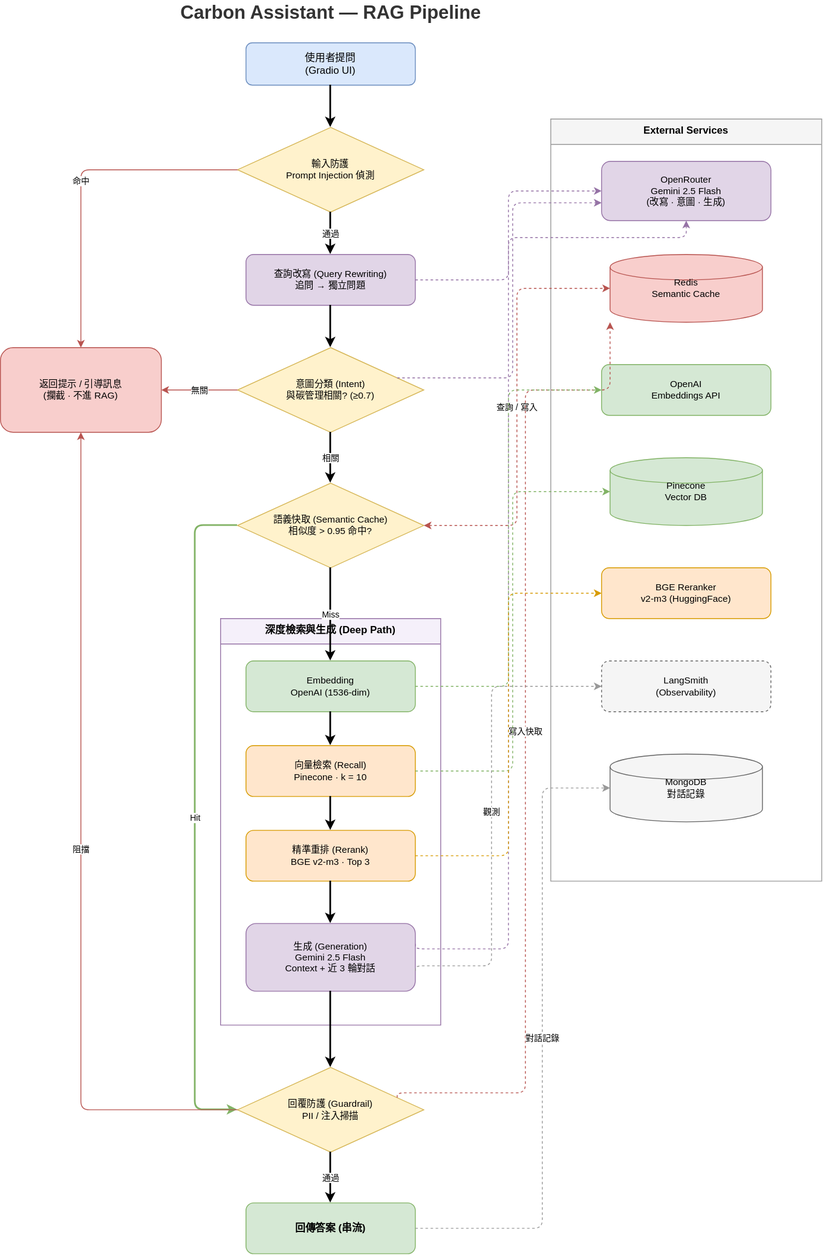
This is docs/diagrams/rag_pipeline.svg from albertkingdom/rag-chatbot-demo, a draw.io export, as it was before one commit. Source tidied: cells renumbered, new cells last; positions are measured from the earlier drawing's top-left corner, leaving out a move shared by most shapes.
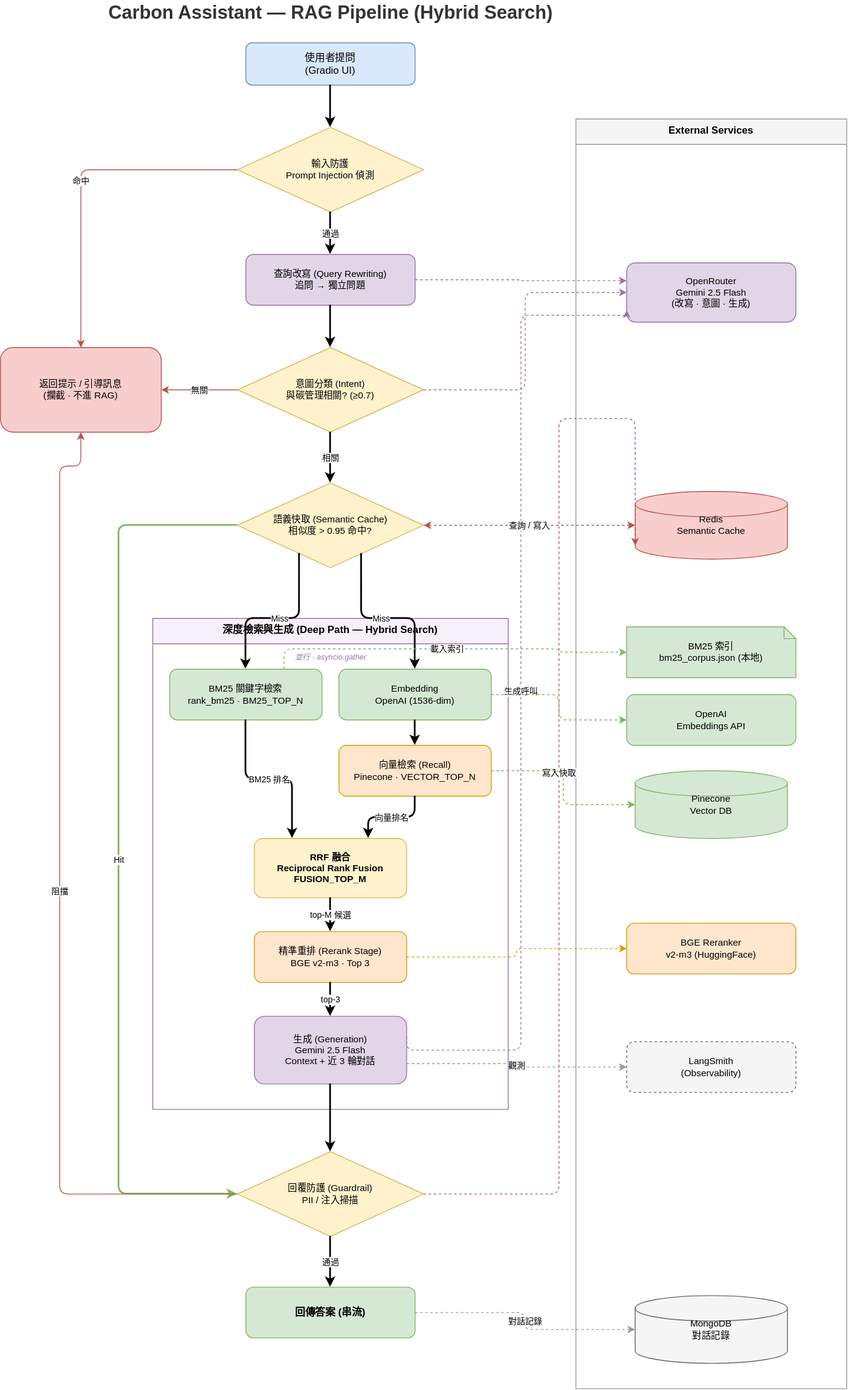
Later version of the same file.

Commit message:
docs: detangle RAG pipeline diagram routing

The edit, as a diff of the source:
```diff
@@ -2,8 +2,8 @@
   <root>
     <mxCell id="0" />
     <mxCell id="1" parent="0" />
-    <mxCell id="2" value="Carbon Assistant — RAG Pipeline" style="text;html=1;strokeColor=none;fillColor=none;align=center;verticalAlign=middle;fontStyle=1;fontSize=22;fontColor=#333333;" parent="1" vertex="1">
-      <mxGeometry x="260" width="260" height="30" as="geometry" />
+    <mxCell id="2" value="Carbon Assistant — RAG Pipeline (Hybrid Search)" style="text;html=1;strokeColor=none;fillColor=none;align=center;verticalAlign=middle;fontStyle=1;fontSize=22;fontColor=#333333;" parent="1" vertex="1">
+      <mxGeometry x="190" width="400" height="30" as="geometry" />
     </mxCell>
     <mxCell id="3" value="使用者提問&#10;(Gradio UI)" style="rounded=1;whiteSpace=wrap;html=1;fillColor=#dae8fc;strokeColor=#6c8ebf;fontSize=12;" parent="1" vertex="1">
       <mxGeometry x="290" y="50" width="200" height="50" as="geometry" />
@@ -20,53 +20,65 @@
     <mxCell id="7" value="語義快取 (Semantic Cache)&#10;相似度 &gt; 0.95 命中?" style="rhombus;whiteSpace=wrap;html=1;fillColor=#fff2cc;strokeColor=#d6b656;fontSize=11;" parent="1" vertex="1">
       <mxGeometry x="280" y="570" width="220" height="100" as="geometry" />
     </mxCell>
-    <mxCell id="8" value="深度檢索與生成 (Deep Path)" style="swimlane;startSize=30;whiteSpace=wrap;html=1;fillColor=#f5f0fa;strokeColor=#9673a6;fontSize=12;fontStyle=1;verticalAlign=top;" parent="1" vertex="1">
-      <mxGeometry x="260" y="730" width="260" height="480" as="geometry" />
+    <mxCell id="8" value="深度檢索與生成 (Deep Path — Hybrid Search)" style="swimlane;startSize=30;whiteSpace=wrap;html=1;fillColor=#f5f0fa;strokeColor=#9673a6;fontSize=12;fontStyle=1;verticalAlign=top;" parent="1" vertex="1">
+      <mxGeometry x="180" y="730" width="420" height="580" as="geometry" />
     </mxCell>
+    <mxCell id="48" value="BM25 關鍵字檢索&#10;rank_bm25 · BM25_TOP_N" style="rounded=1;whiteSpace=wrap;html=1;fillColor=#d5e8d4;strokeColor=#82b366;fontSize=11;" parent="8" vertex="1">
+      <mxGeometry x="20" y="60" width="180" height="60" as="geometry" />
+    </mxCell>
     <mxCell id="9" value="Embedding&#10;OpenAI (1536-dim)" style="rounded=1;whiteSpace=wrap;html=1;fillColor=#d5e8d4;strokeColor=#82b366;fontSize=11;" parent="8" vertex="1">
-      <mxGeometry x="30" y="50" width="200" height="60" as="geometry" />
+      <mxGeometry x="220" y="60" width="180" height="60" as="geometry" />
     </mxCell>
-    <mxCell id="10" value="向量檢索 (Recall)&#10;Pinecone · k = 10" style="rounded=1;whiteSpace=wrap;html=1;fillColor=#ffe6cc;strokeColor=#d79b00;fontSize=11;" parent="8" vertex="1">
-      <mxGeometry x="30" y="150" width="200" height="60" as="geometry" />
+    <mxCell id="10" value="向量檢索 (Recall)&#10;Pinecone · VECTOR_TOP_N" style="rounded=1;whiteSpace=wrap;html=1;fillColor=#ffe6cc;strokeColor=#d79b00;fontSize=11;" parent="8" vertex="1">
+      <mxGeometry x="220" y="150" width="180" height="60" as="geometry" />
     </mxCell>
+    <mxCell id="49" value="RRF 融合&#10;Reciprocal Rank Fusion&#10;FUSION_TOP_M" style="rounded=1;whiteSpace=wrap;html=1;fillColor=#fff2cc;strokeColor=#d6b656;fontSize=11;fontStyle=1;" parent="8" vertex="1">
+      <mxGeometry x="120" y="260" width="180" height="70" as="geometry" />
+    </mxCell>
-    <mxCell id="11" value="精準重排 (Rerank)&#10;BGE v2-m3 · Top 3" style="rounded=1;whiteSpace=wrap;html=1;fillColor=#ffe6cc;strokeColor=#d79b00;fontSize=11;" parent="8" vertex="1">
-      <mxGeometry x="30" y="250" width="200" height="60" as="geometry" />
+    <mxCell id="11" value="精準重排 (Rerank Stage)&#10;BGE v2-m3 · Top 3" style="rounded=1;whiteSpace=wrap;html=1;fillColor=#ffe6cc;strokeColor=#d79b00;fontSize=11;" parent="8" vertex="1">
+      <mxGeometry x="120" y="370" width="180" height="60" as="geometry" />
     </mxCell>
     <mxCell id="12" value="生成 (Generation)&#10;Gemini 2.5 Flash&#10;Context + 近 3 輪對話" style="rounded=1;whiteSpace=wrap;html=1;fillColor=#e1d5e7;strokeColor=#9673a6;fontSize=11;" parent="8" vertex="1">
-      <mxGeometry x="30" y="360" width="200" height="80" as="geometry" />
+      <mxGeometry x="120" y="470" width="180" height="80" as="geometry" />
     </mxCell>
+    <mxCell id="50" value="並行 · asyncio.gather" style="text;html=1;strokeColor=none;fillColor=none;align=center;verticalAlign=middle;fontSize=9;fontColor=#9673a6;fontStyle=2;" parent="8" vertex="1">
+      <mxGeometry x="150" y="38" width="120" height="16" as="geometry" />
+    </mxCell>
     <mxCell id="13" value="回覆防護 (Guardrail)&#10;PII / 注入掃描" style="rhombus;whiteSpace=wrap;html=1;fillColor=#fff2cc;strokeColor=#d6b656;fontSize=11;" parent="1" vertex="1">
-      <mxGeometry x="280" y="1260" width="220" height="100" as="geometry" />
+      <mxGeometry x="280" y="1360" width="220" height="100" as="geometry" />
     </mxCell>
     <mxCell id="14" value="回傳答案 (串流)" style="rounded=1;whiteSpace=wrap;html=1;fillColor=#d5e8d4;strokeColor=#82b366;fontSize=12;fontStyle=1;" parent="1" vertex="1">
-      <mxGeometry x="290" y="1420" width="200" height="60" as="geometry" />
+      <mxGeometry x="290" y="1520" width="200" height="60" as="geometry" />
     </mxCell>
     <mxCell id="15" value="返回提示 / 引導訊息&#10;(攔截 · 不進 RAG)" style="rounded=1;whiteSpace=wrap;html=1;fillColor=#f8cecc;strokeColor=#b85450;fontSize=11;" parent="1" vertex="1">
       <mxGeometry y="410" width="190" height="100" as="geometry" />
     </mxCell>
     <mxCell id="16" value="External Services" style="swimlane;startSize=30;whiteSpace=wrap;html=1;fillColor=#f5f5f5;strokeColor=#999999;fontSize=12;fontStyle=1;verticalAlign=top;" parent="1" vertex="1">
-      <mxGeometry x="650" y="140" width="320" height="900" as="geometry" />
+      <mxGeometry x="680" y="140" width="320" height="1500" as="geometry" />
     </mxCell>
     <mxCell id="17" value="OpenRouter&#10;Gemini 2.5 Flash&#10;(改寫 · 意圖 · 生成)" style="rounded=1;whiteSpace=wrap;html=1;fillColor=#e1d5e7;strokeColor=#9673a6;fontSize=11;" parent="16" vertex="1">
-      <mxGeometry x="60" y="50" width="200" height="70" as="geometry" />
+      <mxGeometry x="60" y="170" width="200" height="70" as="geometry" />
     </mxCell>
     <mxCell id="18" value="Redis&#10;Semantic Cache" style="shape=cylinder3;whiteSpace=wrap;html=1;fillColor=#f8cecc;strokeColor=#b85450;fontSize=11;" parent="16" vertex="1">
-      <mxGeometry x="70" y="160" width="180" height="80" as="geometry" />
+      <mxGeometry x="70" y="440" width="180" height="80" as="geometry" />
     </mxCell>
+    <mxCell id="51" value="BM25 索引&#10;bm25_corpus.json (本地)" style="shape=note;whiteSpace=wrap;html=1;fillColor=#d5e8d4;strokeColor=#82b366;fontSize=11;size=14;" parent="16" vertex="1">
+      <mxGeometry x="60" y="600" width="200" height="60" as="geometry" />
+    </mxCell>
     <mxCell id="19" value="OpenAI&#10;Embeddings API" style="rounded=1;whiteSpace=wrap;html=1;fillColor=#d5e8d4;strokeColor=#82b366;fontSize=11;" parent="16" vertex="1">
-      <mxGeometry x="60" y="290" width="200" height="60" as="geometry" />
+      <mxGeometry x="60" y="680" width="200" height="60" as="geometry" />
     </mxCell>
     <mxCell id="20" value="Pinecone&#10;Vector DB" style="shape=cylinder3;whiteSpace=wrap;html=1;fillColor=#d5e8d4;strokeColor=#82b366;fontSize=11;" parent="16" vertex="1">
-      <mxGeometry x="70" y="400" width="180" height="80" as="geometry" />
+      <mxGeometry x="70" y="770" width="180" height="80" as="geometry" />
     </mxCell>
     <mxCell id="21" value="BGE Reranker&#10;v2-m3 (HuggingFace)" style="rounded=1;whiteSpace=wrap;html=1;fillColor=#ffe6cc;strokeColor=#d79b00;fontSize=11;" parent="16" vertex="1">
-      <mxGeometry x="60" y="530" width="200" height="60" as="geometry" />
+      <mxGeometry x="60" y="950" width="200" height="60" as="geometry" />
     </mxCell>
     <mxCell id="22" value="LangSmith&#10;(Observability)" style="rounded=1;whiteSpace=wrap;html=1;fillColor=#f5f5f5;strokeColor=#666666;fontSize=11;dashed=1;" parent="16" vertex="1">
-      <mxGeometry x="60" y="640" width="200" height="60" as="geometry" />
+      <mxGeometry x="60" y="1090" width="200" height="60" as="geometry" />
     </mxCell>
     <mxCell id="23" value="MongoDB&#10;對話記錄" style="shape=cylinder3;whiteSpace=wrap;html=1;fillColor=#f5f5f5;strokeColor=#666666;fontSize=11;" parent="16" vertex="1">
-      <mxGeometry x="70" y="750" width="180" height="80" as="geometry" />
+      <mxGeometry x="70" y="1390" width="180" height="80" as="geometry" />
     </mxCell>
     <mxCell id="24" style="edgeStyle=orthogonalEdgeStyle;rounded=1;jettySize=auto;html=1;exitX=0.5;exitY=1;exitDx=0;exitDy=0;entryX=0.5;entryY=0;entryDx=0;entryDy=0;strokeWidth=2;" parent="1" edge="1" source="3" target="4">
       <mxGeometry relative="1" as="geometry" />
@@ -80,29 +92,38 @@
     <mxCell id="27" value="相關" style="edgeStyle=orthogonalEdgeStyle;rounded=1;jettySize=auto;html=1;exitX=0.5;exitY=1;exitDx=0;exitDy=0;entryX=0.5;entryY=0;entryDx=0;entryDy=0;strokeWidth=2;fontSize=10;" parent="1" edge="1" source="6" target="7">
       <mxGeometry relative="1" as="geometry" />
     </mxCell>
+    <mxCell id="52" value="Miss" style="edgeStyle=orthogonalEdgeStyle;rounded=1;jettySize=auto;html=1;exitX=0.25;exitY=1;exitDx=0;exitDy=0;entryX=0.5;entryY=0;entryDx=0;entryDy=0;strokeWidth=2;fontSize=10;" parent="1" edge="1" source="7" target="48">
+      <mxGeometry relative="1" as="geometry" />
+    </mxCell>
-    <mxCell id="28" value="Miss" style="edgeStyle=orthogonalEdgeStyle;rounded=1;jettySize=auto;html=1;exitX=0.5;exitY=1;exitDx=0;exitDy=0;entryX=0.5;entryY=0;entryDx=0;entryDy=0;strokeWidth=2;fontSize=10;" parent="1" edge="1" source="7" target="9">
+    <mxCell id="28" value="Miss" style="edgeStyle=orthogonalEdgeStyle;rounded=1;jettySize=auto;html=1;exitX=0.75;exitY=1;exitDx=0;exitDy=0;entryX=0.5;entryY=0;entryDx=0;entryDy=0;strokeWidth=2;fontSize=10;" parent="1" edge="1" source="7" target="9">
       <mxGeometry relative="1" as="geometry" />
     </mxCell>
+    <mxCell id="31" style="edgeStyle=orthogonalEdgeStyle;rounded=1;jettySize=auto;html=1;exitX=0.5;exitY=1;exitDx=0;exitDy=0;entryX=0.5;entryY=0;entryDx=0;entryDy=0;strokeWidth=2;" parent="1" edge="1" source="9" target="10">
+      <mxGeometry relative="1" as="geometry" />
+    </mxCell>
-    <mxCell id="29" style="edgeStyle=orthogonalEdgeStyle;rounded=1;jettySize=auto;html=1;exitX=0.5;exitY=1;exitDx=0;exitDy=0;entryX=0.5;entryY=0;entryDx=0;entryDy=0;strokeWidth=2;" parent="1" edge="1" source="9" target="10">
+    <mxCell id="29" value="BM25 排名" style="edgeStyle=orthogonalEdgeStyle;rounded=1;jettySize=auto;html=1;exitX=0.5;exitY=1;exitDx=0;exitDy=0;entryX=0.25;entryY=0;entryDx=0;entryDy=0;strokeWidth=2;fontSize=10;" parent="1" edge="1" source="48" target="49">
       <mxGeometry relative="1" as="geometry" />
     </mxCell>
-    <mxCell id="30" style="edgeStyle=orthogonalEdgeStyle;rounded=1;jettySize=auto;html=1;exitX=0.5;exitY=1;exitDx=0;exitDy=0;entryX=0.5;entryY=0;entryDx=0;entryDy=0;strokeWidth=2;" parent="1" edge="1" source="10" target="11">
+    <mxCell id="30" value="向量排名" style="edgeStyle=orthogonalEdgeStyle;rounded=1;jettySize=auto;html=1;exitX=0.5;exitY=1;exitDx=0;exitDy=0;entryX=0.75;entryY=0;entryDx=0;entryDy=0;strokeWidth=2;fontSize=10;" parent="1" edge="1" source="10" target="49">
       <mxGeometry relative="1" as="geometry" />
     </mxCell>
-    <mxCell id="31" style="edgeStyle=orthogonalEdgeStyle;rounded=1;jettySize=auto;html=1;exitX=0.5;exitY=1;exitDx=0;exitDy=0;entryX=0.5;entryY=0;entryDx=0;entryDy=0;strokeWidth=2;" parent="1" edge="1" source="11" target="12">
-      <mxGeometry relative="1" as="geometry" />
-    </mxCell>
-    <mxCell id="32" style="edgeStyle=orthogonalEdgeStyle;rounded=1;jettySize=auto;html=1;exitX=0.5;exitY=1;exitDx=0;exitDy=0;entryX=0.5;entryY=0;entryDx=0;entryDy=0;strokeWidth=2;" parent="1" edge="1" source="12" target="13">
+    <mxCell id="32" value="top-M 候選" style="edgeStyle=orthogonalEdgeStyle;rounded=1;jettySize=auto;html=1;exitX=0.5;exitY=1;exitDx=0;exitDy=0;entryX=0.5;entryY=0;entryDx=0;entryDy=0;strokeWidth=2;fontSize=10;" parent="1" edge="1" source="49" target="11">
       <mxGeometry relative="1" as="geometry" />
     </mxCell>
-    <mxCell id="33" value="通過" style="edgeStyle=orthogonalEdgeStyle;rounded=1;jettySize=auto;html=1;exitX=0.5;exitY=1;exitDx=0;exitDy=0;entryX=0.5;entryY=0;entryDx=0;entryDy=0;strokeWidth=2;fontSize=10;" parent="1" edge="1" source="13" target="14">
+    <mxCell id="33" value="top-3" style="edgeStyle=orthogonalEdgeStyle;rounded=1;jettySize=auto;html=1;exitX=0.5;exitY=1;exitDx=0;exitDy=0;entryX=0.5;entryY=0;entryDx=0;entryDy=0;strokeWidth=2;fontSize=10;" parent="1" edge="1" source="11" target="12">
       <mxGeometry relative="1" as="geometry" />
     </mxCell>
+    <mxCell id="53" style="edgeStyle=orthogonalEdgeStyle;rounded=1;jettySize=auto;html=1;exitX=0.5;exitY=1;exitDx=0;exitDy=0;entryX=0.5;entryY=0;entryDx=0;entryDy=0;strokeWidth=2;" parent="1" edge="1" source="12" target="13">
+      <mxGeometry relative="1" as="geometry" />
+    </mxCell>
+    <mxCell id="54" value="通過" style="edgeStyle=orthogonalEdgeStyle;rounded=1;jettySize=auto;html=1;exitX=0.5;exitY=1;exitDx=0;exitDy=0;entryX=0.5;entryY=0;entryDx=0;entryDy=0;strokeWidth=2;fontSize=10;" parent="1" edge="1" source="13" target="14">
+      <mxGeometry relative="1" as="geometry" />
+    </mxCell>
     <mxCell id="34" value="Hit" style="edgeStyle=orthogonalEdgeStyle;rounded=1;jettySize=auto;html=1;exitX=0;exitY=0.5;exitDx=0;exitDy=0;entryX=0;entryY=0.5;entryDx=0;entryDy=0;strokeWidth=2;fontSize=10;strokeColor=#82b366;" parent="1" edge="1" source="7" target="13">
       <mxGeometry relative="1" as="geometry">
         <Array as="points">
-          <mxPoint x="230" y="620" />
-          <mxPoint x="230" y="1310" />
+          <mxPoint x="140" y="620" />
+          <mxPoint x="140" y="1410" />
         </Array>
       </mxGeometry>
     </mxCell>
@@ -119,35 +140,45 @@
     <mxCell id="37" value="阻擋" style="edgeStyle=orthogonalEdgeStyle;rounded=1;jettySize=auto;html=1;exitX=0;exitY=0.5;exitDx=0;exitDy=0;entryX=0.5;entryY=1;entryDx=0;entryDy=0;strokeColor=#b85450;fontSize=10;" parent="1" edge="1" source="13" target="15">
       <mxGeometry relative="1" as="geometry">
         <Array as="points">
-          <mxPoint x="95" y="1310" />
+          <mxPoint x="70" y="1410" />
+          <mxPoint x="70" y="550" />
         </Array>
       </mxGeometry>
     </mxCell>
-    <mxCell id="38" style="edgeStyle=orthogonalEdgeStyle;rounded=1;jettySize=auto;html=1;dashed=1;exitX=1;exitY=0.5;exitDx=0;exitDy=0;entryX=0;entryY=0.5;entryDx=0;entryDy=0;strokeColor=#9673a6;" parent="1" edge="1" source="5" target="17">
+    <mxCell id="38" style="edgeStyle=orthogonalEdgeStyle;rounded=1;jettySize=auto;html=1;dashed=1;exitX=1;exitY=0.5;exitDx=0;exitDy=0;entryX=0;entryY=0.3;entryDx=0;entryDy=0;strokeColor=#9673a6;" parent="1" edge="1" source="5" target="17">
       <mxGeometry relative="1" as="geometry" />
     </mxCell>
-    <mxCell id="39" style="edgeStyle=orthogonalEdgeStyle;rounded=1;jettySize=auto;html=1;dashed=1;exitX=1;exitY=0.3;exitDx=0;exitDy=0;entryX=0;entryY=0.7;entryDx=0;entryDy=0;strokeColor=#9673a6;" parent="1" edge="1" source="6" target="17">
+    <mxCell id="39" style="edgeStyle=orthogonalEdgeStyle;rounded=1;jettySize=auto;html=1;dashed=1;exitX=1;exitY=0.5;exitDx=0;exitDy=0;entryX=0;entryY=0.5;entryDx=0;entryDy=0;strokeColor=#9673a6;" parent="1" edge="1" source="6" target="17">
       <mxGeometry relative="1" as="geometry" />
     </mxCell>
-    <mxCell id="40" style="edgeStyle=orthogonalEdgeStyle;rounded=1;jettySize=auto;html=1;dashed=1;exitX=1;exitY=0.3;exitDx=0;exitDy=0;entryX=0.5;entryY=1;entryDx=0;entryDy=0;strokeColor=#9673a6;" parent="1" edge="1" source="12" target="17">
+    <mxCell id="40" value="生成呼叫" style="edgeStyle=orthogonalEdgeStyle;rounded=1;jettySize=auto;html=1;dashed=1;exitX=1;exitY=0.3;exitDx=0;exitDy=0;entryX=0;entryY=0.8;entryDx=0;entryDy=0;strokeColor=#9673a6;fontSize=10;" parent="1" edge="1" source="12" target="17">
       <mxGeometry relative="1" as="geometry">
         <Array as="points">
-          <mxPoint x="600" y="1120" />
-          <mxPoint x="600" y="280" />
+          <mxPoint x="615" y="1240" />
+          <mxPoint x="615" y="372" />
         </Array>
       </mxGeometry>
     </mxCell>
     <mxCell id="41" value="查詢 / 寫入" style="edgeStyle=orthogonalEdgeStyle;rounded=1;jettySize=auto;html=1;dashed=1;exitX=1;exitY=0.5;exitDx=0;exitDy=0;entryX=0;entryY=0.5;entryDx=0;entryDy=0;strokeColor=#b85450;startArrow=classic;startFill=1;fontSize=10;" parent="1" edge="1" source="7" target="18">
       <mxGeometry relative="1" as="geometry" />
     </mxCell>
-    <mxCell id="42" value="寫入快取" style="edgeStyle=orthogonalEdgeStyle;rounded=1;jettySize=auto;html=1;dashed=1;exitX=1;exitY=0.3;exitDx=0;exitDy=0;entryX=0;entryY=1;entryDx=0;entryDy=0;strokeColor=#b85450;fontSize=10;" parent="1" edge="1" source="13" target="18">
+    <mxCell id="42" value="寫入快取" style="edgeStyle=orthogonalEdgeStyle;rounded=1;jettySize=auto;html=1;dashed=1;exitX=1;exitY=0.5;exitDx=0;exitDy=0;entryX=0;entryY=0.8;entryDx=0;entryDy=0;strokeColor=#b85450;fontSize=10;" parent="1" edge="1" source="13" target="18">
       <mxGeometry relative="1" as="geometry">
         <Array as="points">
-          <mxPoint x="620" y="1290" />
-          <mxPoint x="620" y="460" />
+          <mxPoint x="660" y="1410" />
+          <mxPoint x="660" y="494" />
         </Array>
       </mxGeometry>
     </mxCell>
+    <mxCell id="55" value="載入索引" style="edgeStyle=orthogonalEdgeStyle;rounded=1;jettySize=auto;html=1;dashed=1;exitX=0.75;exitY=0;exitDx=0;exitDy=0;entryX=0;entryY=0.5;entryDx=0;entryDy=0;strokeColor=#82b366;fontSize=10;" parent="1" edge="1" source="48" target="51">
+      <mxGeometry relative="1" as="geometry">
+        <Array as="points">
+          <mxPoint x="335" y="766" />
+          <mxPoint x="660" y="766" />
+          <mxPoint x="660" y="770" />
+        </Array>
+      </mxGeometry>
+    </mxCell>
     <mxCell id="43" style="edgeStyle=orthogonalEdgeStyle;rounded=1;jettySize=auto;html=1;dashed=1;exitX=1;exitY=0.5;exitDx=0;exitDy=0;entryX=0;entryY=0.5;entryDx=0;entryDy=0;strokeColor=#82b366;" parent="1" edge="1" source="9" target="19">
       <mxGeometry relative="1" as="geometry" />
     </mxCell>
@@ -158,20 +189,10 @@
       <mxGeometry relative="1" as="geometry" />
     </mxCell>
     <mxCell id="46" value="觀測" style="edgeStyle=orthogonalEdgeStyle;rounded=1;jettySize=auto;html=1;dashed=1;exitX=1;exitY=0.7;exitDx=0;exitDy=0;entryX=0;entryY=0.5;entryDx=0;entryDy=0;strokeColor=#999999;fontSize=10;" parent="1" edge="1" source="12" target="22">
-      <mxGeometry relative="1" as="geometry">
-        <Array as="points">
-          <mxPoint x="580" y="1140" />
-          <mxPoint x="580" y="810" />
-        </Array>
-      </mxGeometry>
+      <mxGeometry relative="1" as="geometry" />
     </mxCell>
     <mxCell id="47" value="對話記錄" style="edgeStyle=orthogonalEdgeStyle;rounded=1;jettySize=auto;html=1;dashed=1;exitX=1;exitY=0.5;exitDx=0;exitDy=0;entryX=0;entryY=0.5;entryDx=0;entryDy=0;strokeColor=#999999;fontSize=10;" parent="1" edge="1" source="14" target="23">
-      <mxGeometry relative="1" as="geometry">
-        <Array as="points">
-          <mxPoint x="640" y="1450" />
-          <mxPoint x="640" y="930" />
-        </Array>
-      </mxGeometry>
+      <mxGeometry relative="1" as="geometry" />
     </mxCell>
   </root>
 </mxGraphModel>
```
